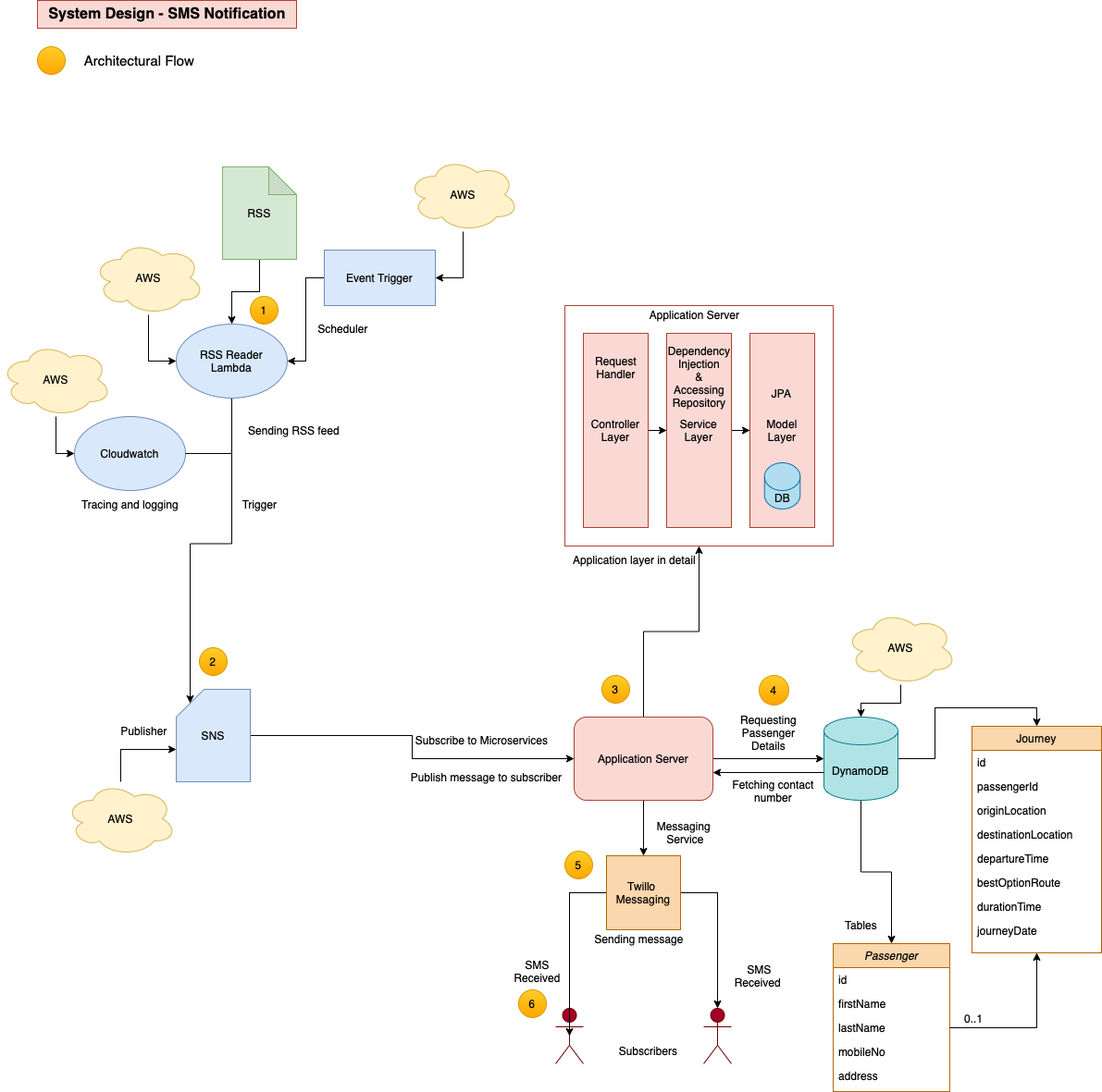
The draw.io diagram journey/System-design-SMS.png in santhosh27jd/journey, before a commit. Source tidied: cells renumbered, new cells last; positions are measured from the earlier drawing's top-left corner, leaving out a move shared by most shapes.
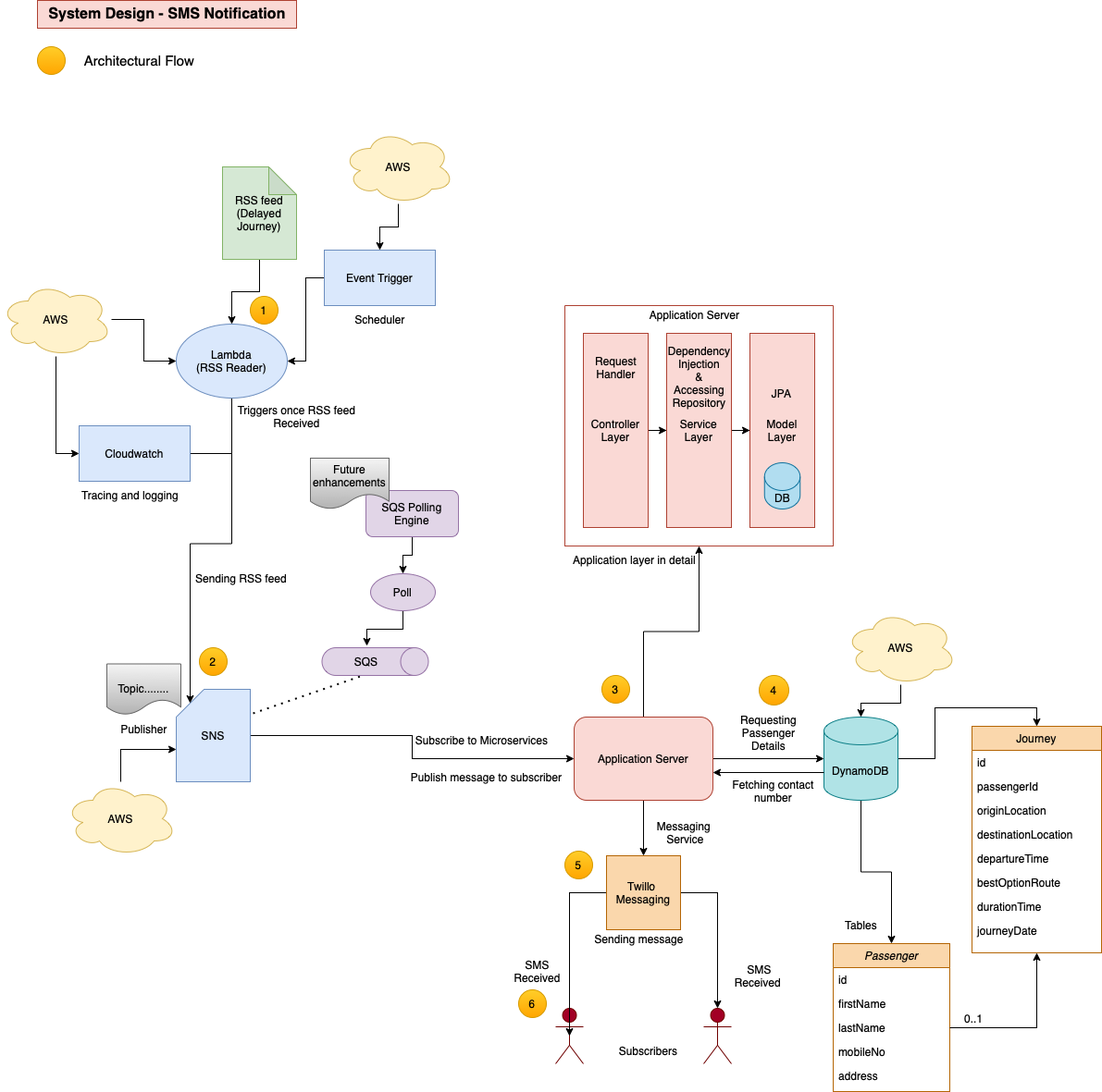
The same file after the commit.

Commit message:
#System design change

The edit, as a diff of the source:
```diff
@@ -8,7 +8,7 @@
     <mxCell id="3" value="Subscribers" style="shape=umlActor;verticalLabelPosition=bottom;verticalAlign=top;html=1;outlineConnect=0;fillColor=#a20025;fontColor=#ffffff;strokeColor=#6F0000;" parent="1" vertex="1">
       <mxGeometry x="600" y="1090" width="30" height="60" as="geometry" />
     </mxCell>
-    <mxCell id="4" style="edgeStyle=orthogonalEdgeStyle;rounded=0;jettySize=auto;html=1;entryX=0;entryY=0;entryDx=0;entryDy=65;entryPerimeter=0;" parent="1" edge="1" source="5" target="14">
+    <mxCell id="4" style="edgeStyle=orthogonalEdgeStyle;rounded=0;jettySize=auto;html=1;entryX=0;entryY=0;entryDx=0;entryDy=65;entryPerimeter=0;fontSize=12;" parent="1" edge="1" source="5" target="14">
       <mxGeometry relative="1" as="geometry" />
     </mxCell>
     <mxCell id="5" value="AWS" style="ellipse;shape=cloud;whiteSpace=wrap;html=1;fillColor=#fff2cc;strokeColor=#d6b656;" parent="1" vertex="1">
@@ -44,7 +44,7 @@
     <mxCell id="15" style="edgeStyle=orthogonalEdgeStyle;rounded=0;jettySize=auto;html=1;entryX=0.5;entryY=0;entryDx=0;entryDy=0;" parent="1" edge="1" source="16" target="21">
       <mxGeometry relative="1" as="geometry" />
     </mxCell>
-    <mxCell id="16" value="RSS" style="shape=note;whiteSpace=wrap;html=1;backgroundOutline=1;darkOpacity=0.05;fillColor=#d5e8d4;strokeColor=#82b366;" parent="1" vertex="1">
+    <mxCell id="16" value="RSS feed&lt;br&gt;(Delayed&lt;br&gt;Journey)" style="shape=note;whiteSpace=wrap;html=1;backgroundOutline=1;darkOpacity=0.05;fillColor=#d5e8d4;strokeColor=#82b366;" parent="1" vertex="1">
       <mxGeometry x="240" y="180" width="80" height="100" as="geometry" />
     </mxCell>
     <mxCell id="17" style="edgeStyle=orthogonalEdgeStyle;rounded=0;jettySize=auto;html=1;entryX=0.5;entryY=0.5;entryDx=0;entryDy=0;entryPerimeter=0;" parent="1" edge="1" source="19" target="3">
@@ -59,14 +59,14 @@
     <mxCell id="20" style="edgeStyle=orthogonalEdgeStyle;rounded=0;jettySize=auto;html=1;entryX=0;entryY=0;entryDx=15;entryDy=15;entryPerimeter=0;" parent="1" edge="1" source="21" target="14">
       <mxGeometry relative="1" as="geometry" />
     </mxCell>
-    <mxCell id="21" value="RSS Reader&lt;br&gt;Lambda" style="ellipse;whiteSpace=wrap;html=1;fillColor=#dae8fc;strokeColor=#6c8ebf;" parent="1" vertex="1">
+    <mxCell id="21" value="Lambda&lt;br&gt;(RSS Reader)" style="ellipse;whiteSpace=wrap;html=1;fillColor=#dae8fc;strokeColor=#6c8ebf;" parent="1" vertex="1">
       <mxGeometry x="190" y="350" width="120" height="80" as="geometry" />
     </mxCell>
-    <mxCell id="22" value="Trigger" style="text;html=1;align=center;verticalAlign=middle;strokeColor=none;fillColor=none;" parent="1" vertex="1">
-      <mxGeometry x="250" y="530" width="60" height="30" as="geometry" />
+    <mxCell id="22" value="Triggers once RSS feed&lt;br&gt;Received" style="text;html=1;align=center;verticalAlign=middle;strokeColor=none;fillColor=none;" parent="1" vertex="1">
+      <mxGeometry x="245" y="430" width="150" height="40" as="geometry" />
     </mxCell>
-    <mxCell id="23" value="Scheduler" style="text;html=1;align=center;verticalAlign=middle;strokeColor=none;fillColor=none;" parent="1" vertex="1">
-      <mxGeometry x="330" y="340" width="80" height="30" as="geometry" />
+    <mxCell id="23" value="Scheduler&lt;br&gt;" style="text;html=1;align=center;verticalAlign=middle;strokeColor=none;fillColor=none;" parent="1" vertex="1">
+      <mxGeometry x="370" y="330" width="80" height="30" as="geometry" />
     </mxCell>
     <mxCell id="24" value="Subscribe to Microservices" style="text;html=1;align=center;verticalAlign=middle;strokeColor=none;fillColor=none;" parent="1" vertex="1">
       <mxGeometry x="435" y="785" width="170" height="30" as="geometry" />
@@ -77,12 +77,6 @@
     <mxCell id="26" value="AWS" style="ellipse;shape=cloud;whiteSpace=wrap;html=1;fillColor=#fff2cc;strokeColor=#d6b656;" parent="1" vertex="1">
       <mxGeometry x="913" y="660" width="120" height="80" as="geometry" />
     </mxCell>
-    <mxCell id="27" style="edgeStyle=orthogonalEdgeStyle;rounded=0;jettySize=auto;html=1;entryX=0;entryY=0.5;entryDx=0;entryDy=0;" parent="1" edge="1" source="28" target="21">
-      <mxGeometry relative="1" as="geometry" />
-    </mxCell>
-    <mxCell id="28" value="AWS" style="ellipse;shape=cloud;whiteSpace=wrap;html=1;fillColor=#fff2cc;strokeColor=#d6b656;" parent="1" vertex="1">
-      <mxGeometry x="100" y="260" width="120" height="80" as="geometry" />
-    </mxCell>
     <mxCell id="29" style="endArrow=classic;html=1;rounded=0;exitX=0;exitY=0;exitDx=0;exitDy=60;exitPerimeter=0;" parent="1" edge="1" source="8">
       <mxGeometry relative="1" as="geometry">
         <mxPoint x="770" y="835" as="targetPoint" />
@@ -98,7 +92,7 @@
       <mxGeometry x="780" y="1035" width="80" height="40" as="geometry" />
     </mxCell>
     <mxCell id="33" value="Publisher" style="text;html=1;align=center;verticalAlign=middle;strokeColor=none;fillColor=none;" parent="1" vertex="1">
-      <mxGeometry x="120" y="775" width="70" height="30" as="geometry" />
+      <mxGeometry x="120" y="772.5" width="70" height="30" as="geometry" />
     </mxCell>
     <mxCell id="34" value="Passenger" style="swimlane;fontStyle=2;align=center;verticalAlign=top;horizontal=1;startSize=26;rounded=0;shadow=0;strokeWidth=1;fillColor=#fad7ac;strokeColor=#b46504;" parent="1" vertex="1">
       <mxGeometry x="900" y="1020" width="126" height="160" as="geometry" />
@@ -145,11 +139,11 @@
     <mxCell id="48" value="journeyDate" style="text;align=left;verticalAlign=top;spacingLeft=4;spacingRight=4;overflow=hidden;" parent="40" vertex="1">
       <mxGeometry y="208" width="140" height="26" as="geometry" />
     </mxCell>
-    <mxCell id="49" style="edgeStyle=orthogonalEdgeStyle;rounded=0;jettySize=auto;html=1;entryX=1;entryY=0.5;entryDx=0;entryDy=0;" parent="1" edge="1" source="50" target="52">
+    <mxCell id="49" style="edgeStyle=orthogonalEdgeStyle;rounded=0;jettySize=auto;html=1;fontSize=12;" parent="1" edge="1" source="50" target="52">
       <mxGeometry relative="1" as="geometry" />
     </mxCell>
     <mxCell id="50" value="AWS" style="ellipse;shape=cloud;whiteSpace=wrap;html=1;fillColor=#fff2cc;strokeColor=#d6b656;" parent="1" vertex="1">
-      <mxGeometry x="440" y="170" width="120" height="80" as="geometry" />
+      <mxGeometry x="370" y="140" width="120" height="80" as="geometry" />
     </mxCell>
     <mxCell id="51" style="edgeStyle=orthogonalEdgeStyle;rounded=0;jettySize=auto;html=1;entryX=1;entryY=0.5;entryDx=0;entryDy=0;" parent="1" edge="1" source="52" target="21">
       <mxGeometry relative="1" as="geometry" />
@@ -158,7 +152,7 @@
       <mxGeometry x="350" y="270" width="120" height="60" as="geometry" />
     </mxCell>
     <mxCell id="53" value="Sending RSS feed" style="text;html=1;align=center;verticalAlign=middle;strokeColor=none;fillColor=none;" parent="1" vertex="1">
-      <mxGeometry x="257" y="450" width="120" height="30" as="geometry" />
+      <mxGeometry x="200" y="610" width="120" height="30" as="geometry" />
     </mxCell>
     <mxCell id="54" value="Publish message to subscriber" style="text;html=1;align=center;verticalAlign=middle;strokeColor=none;fillColor=none;" parent="1" vertex="1">
       <mxGeometry x="430" y="825" width="190" height="30" as="geometry" />
@@ -175,21 +169,22 @@
     <mxCell id="58" value="Application layer in detail" style="text;html=1;align=center;verticalAlign=middle;strokeColor=none;fillColor=none;" parent="1" vertex="1">
       <mxGeometry x="605" y="590" width="160" height="30" as="geometry" />
     </mxCell>
-    <mxCell id="59" value="Cloudwatch" style="ellipse;whiteSpace=wrap;html=1;fillColor=#dae8fc;strokeColor=#6c8ebf;" parent="1" vertex="1">
-      <mxGeometry x="80" y="450" width="120" height="80" as="geometry" />
-    </mxCell>
     <mxCell id="60" style="edgeStyle=orthogonalEdgeStyle;rounded=0;jettySize=auto;html=1;entryX=0;entryY=0.5;entryDx=0;entryDy=0;" parent="1" edge="1" source="61" target="59">
       <mxGeometry relative="1" as="geometry" />
     </mxCell>
+    <mxCell id="88" style="edgeStyle=orthogonalEdgeStyle;rounded=0;jettySize=auto;html=1;fontSize=12;" parent="1" edge="1" source="61" target="21">
+      <mxGeometry relative="1" as="geometry" />
+    </mxCell>
     <mxCell id="61" value="AWS" style="ellipse;shape=cloud;whiteSpace=wrap;html=1;fillColor=#fff2cc;strokeColor=#d6b656;" parent="1" vertex="1">
-      <mxGeometry y="370" width="120" height="80" as="geometry" />
+      <mxGeometry y="305" width="120" height="80" as="geometry" />
     </mxCell>
     <mxCell id="62" value="Tracing and logging" style="text;html=1;align=center;verticalAlign=middle;strokeColor=none;fillColor=none;" parent="1" vertex="1">
-      <mxGeometry x="75" y="530" width="130" height="30" as="geometry" />
+      <mxGeometry x="75" y="520" width="130" height="30" as="geometry" />
     </mxCell>
-    <mxCell id="63" style="endArrow=none;html=1;rounded=0;entryX=1;entryY=0.5;entryDx=0;entryDy=0;" parent="1" edge="1" target="59">
+    <mxCell id="63" style="endArrow=none;html=1;rounded=0;entryX=1;entryY=0.5;entryDx=0;entryDy=0;" parent="1" edge="1">
       <mxGeometry relative="1" as="geometry">
         <mxPoint x="250" y="490" as="sourcePoint" />
+        <mxPoint x="200" y="490" as="targetPoint" />
       </mxGeometry>
     </mxCell>
     <mxCell id="64" style="swimlane;startSize=0;fillColor=#fad9d5;strokeColor=#ae4132;" parent="1" vertex="1">
@@ -264,5 +259,35 @@
     <mxCell id="87" value="Tables" style="text;html=1;align=center;verticalAlign=middle;strokeColor=none;fillColor=none;fontSize=12;" parent="1" vertex="1">
       <mxGeometry x="900" y="985" width="60" height="30" as="geometry" />
     </mxCell>
+    <mxCell id="89" value="&lt;br&gt;Topic........" style="shape=document;whiteSpace=wrap;html=1;boundedLbl=1;fontSize=12;fillColor=#f5f5f5;gradientColor=#b3b3b3;strokeColor=#666666;" parent="1" vertex="1">
+      <mxGeometry x="115" y="717.5" width="80" height="55" as="geometry" />
+    </mxCell>
+    <mxCell id="59" value="Cloudwatch" style="rounded=0;whiteSpace=wrap;html=1;fillColor=#dae8fc;strokeColor=#6c8ebf;" parent="1" vertex="1">
+      <mxGeometry x="85" y="460" width="120" height="60" as="geometry" />
+    </mxCell>
+    <mxCell id="90" style="shape=cylinder3;whiteSpace=wrap;html=1;boundedLbl=1;backgroundOutline=1;size=15;fontSize=12;rotation=90;fillColor=#e1d5e7;strokeColor=#9673a6;" parent="1" vertex="1">
+      <mxGeometry x="390" y="657.5" width="30" height="115" as="geometry" />
+    </mxCell>
+    <mxCell id="91" value="SQS" style="text;html=1;align=center;verticalAlign=middle;points=[];strokeColor=none;fillColor=none;fontSize=12;" parent="1" vertex="1">
+      <mxGeometry x="370" y="700" width="50" height="30" as="geometry" />
+    </mxCell>
+    <mxCell id="92" style="endArrow=none;dashed=1;html=1;dashPattern=1 3;strokeWidth=2;rounded=0;fontSize=12;exitX=1.038;exitY=0.26;exitDx=0;exitDy=0;exitPerimeter=0;entryX=0.38;entryY=1.033;entryDx=0;entryDy=0;entryPerimeter=0;" parent="1" edge="1" source="14" target="91">
+      <mxGeometry relative="1" as="geometry" />
+    </mxCell>
+    <mxCell id="93" style="edgeStyle=orthogonalEdgeStyle;rounded=0;jettySize=auto;html=1;entryX=0.52;entryY=-0.067;entryDx=0;entryDy=0;entryPerimeter=0;fontSize=12;" parent="1" edge="1" source="94" target="91">
+      <mxGeometry relative="1" as="geometry" />
+    </mxCell>
+    <mxCell id="94" value="Poll" style="ellipse;whiteSpace=wrap;html=1;fontSize=12;fillColor=#e1d5e7;strokeColor=#9673a6;" parent="1" vertex="1">
+      <mxGeometry x="400" y="620" width="70" height="40" as="geometry" />
+    </mxCell>
+    <mxCell id="95" style="edgeStyle=orthogonalEdgeStyle;rounded=0;jettySize=auto;html=1;entryX=0.5;entryY=0;entryDx=0;entryDy=0;fontSize=12;" parent="1" edge="1" source="96" target="94">
+      <mxGeometry relative="1" as="geometry" />
+    </mxCell>
+    <mxCell id="96" value="SQS Polling&lt;br&gt;Engine" style="rounded=1;whiteSpace=wrap;html=1;fontSize=12;fillColor=#e1d5e7;strokeColor=#9673a6;" parent="1" vertex="1">
+      <mxGeometry x="395" y="530" width="100" height="50" as="geometry" />
+    </mxCell>
+    <mxCell id="97" value="Future enhancements" style="shape=document;whiteSpace=wrap;html=1;boundedLbl=1;fontSize=12;fillColor=#f5f5f5;gradientColor=#b3b3b3;strokeColor=#666666;" parent="1" vertex="1">
+      <mxGeometry x="335" y="495" width="85" height="55" as="geometry" />
+    </mxCell>
   </root>
 </mxGraphModel>
```
